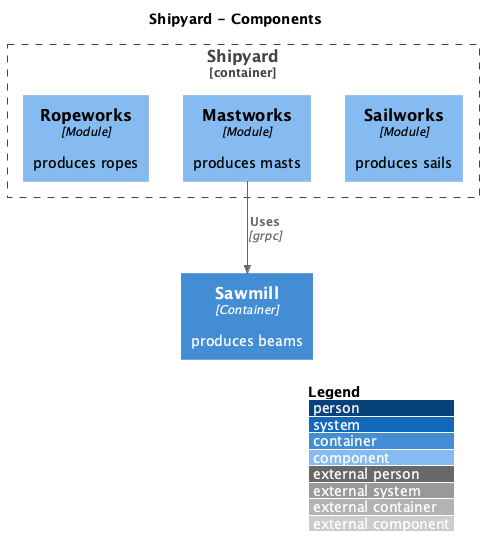
Before: modular-monolith/docs/C4_Component.png, a diagram exported from PlantUML (mateuszmidor/GoStudy).
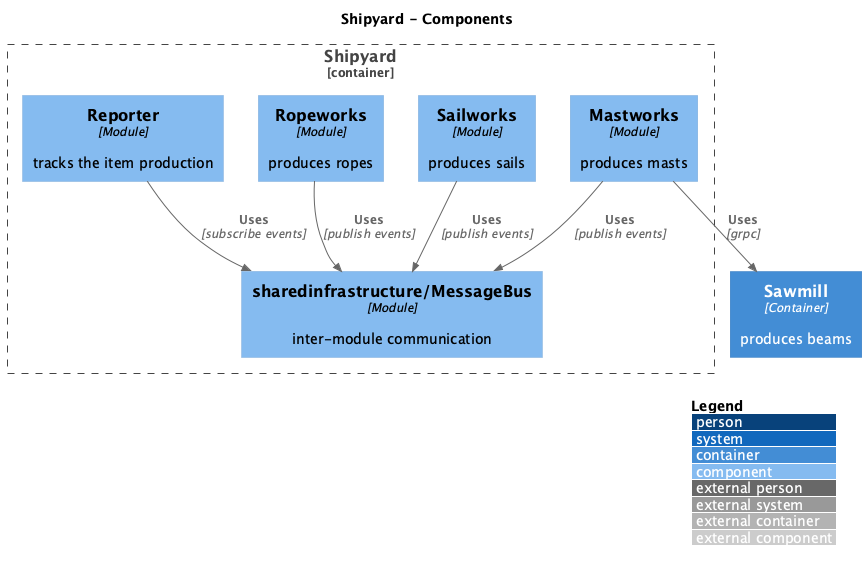
Above is the later version.

The edit, as a diff of the source:
```diff
@@ -6,10 +6,16 @@
 title Shipyard - Components
 
 Container_Boundary(shipyard, "Shipyard") {
+    Component(reporter, "Reporter", "Module", "tracks the item production")
     Component(ropeworks, "Ropeworks", "Module", "produces ropes")
     Component(mastworks, "Mastworks", "Module", "produces masts")
     Component(sailworks, "Sailworks", "Module", "produces sails")
+    Component(messagebus, "sharedinfrastructure/MessageBus", "Module", "inter-module communication")
 }
 Container(sawmill, "Sawmill", "Container", "produces beams")
 Rel(mastworks, sawmill, "Uses", "grpc")
+Rel(ropeworks, messagebus, "Uses", "publish events")
+Rel(mastworks, messagebus, "Uses", "publish events")
+Rel(sailworks, messagebus, "Uses", "publish events")
+Rel(reporter, messagebus, "Uses", "subscribe events")
 @enduml
```
